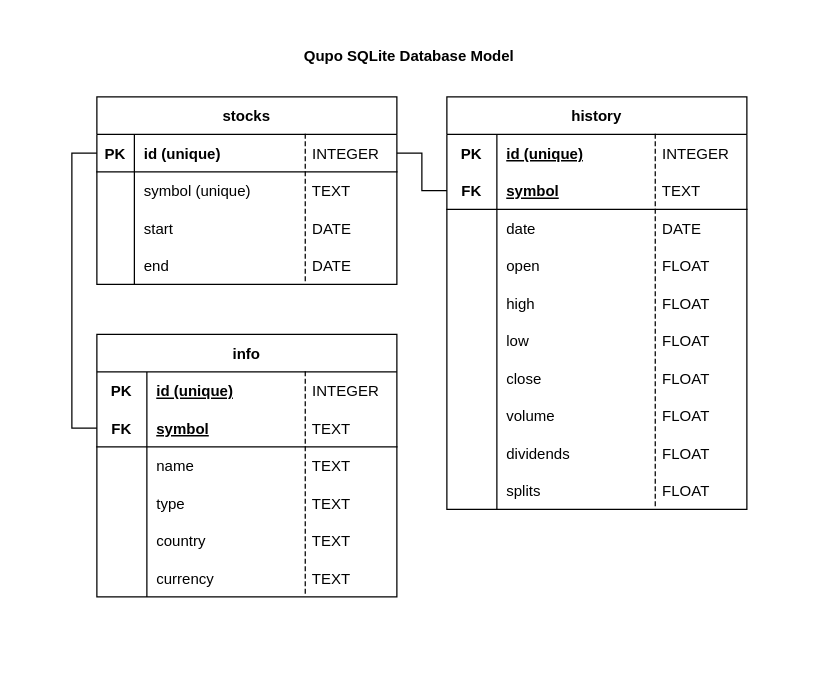
This is docs/db_model_structure.drawio from openkfw/qupo, a draw.io file, before an edit. Source tidied: cells renumbered, new cells numbered last; positions are measured from the earlier drawing's top-left corner, leaving out a move shared by most shapes. Both pictures are drawn from the tidied source at 125%, with x=0, y=0 at pixel (21, 21).
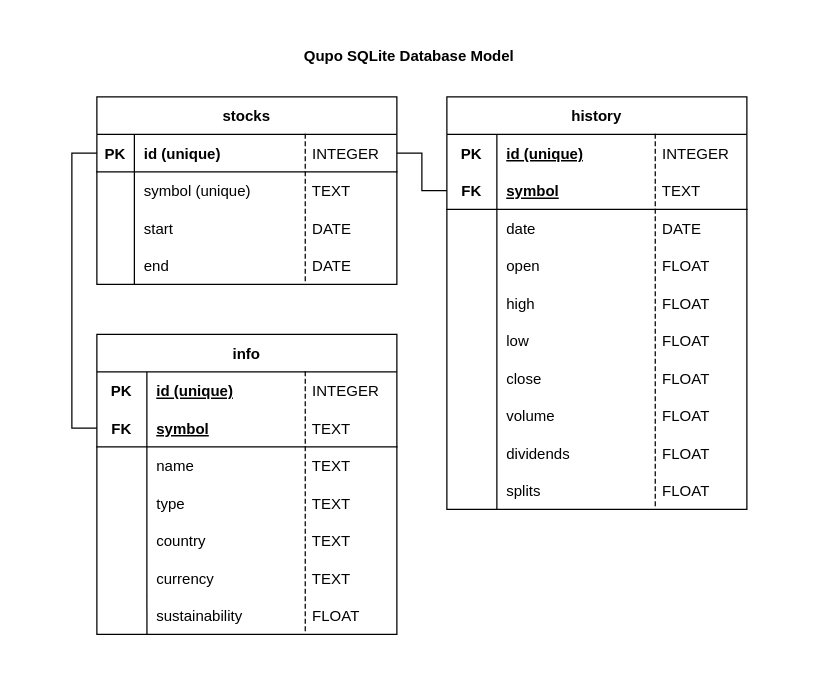
Above is the later version.

What changed in the source:
```diff
@@
     <mxCell id="2" value="&lt;br&gt;Qupo SQLite Database Model" style="rounded=0;whiteSpace=wrap;html=1;verticalAlign=top;fontStyle=1;strokeWidth=0;strokeColor=none;" parent="1" vertex="1">
-      <mxGeometry width="620" height="490" as="geometry" />
+      <mxGeometry width="620" height="510" as="geometry" />
     </mxCell>
     <mxCell id="3" style="group;" parent="1" vertex="1">
-      <mxGeometry x="60" y="250" width="240" height="210" as="geometry" />
+      <mxGeometry x="60" y="250" width="240" height="240" as="geometry" />
     </mxCell>
     <mxCell id="4" value="info" style="shape=table;startSize=30;childLayout=tableLayout;rowLines=0;fontStyle=1;align=center;" parent="3" vertex="1">
-      <mxGeometry width="240" height="210" as="geometry" />
+      <mxGeometry width="240" height="240" as="geometry" />
     </mxCell>
@@
+    <mxCell id="111" style="shape=tableRow;horizontal=0;startSize=0;swimlaneHead=0;swimlaneBody=0;fillColor=none;points=[[0,0.5],[1,0.5]];portConstraint=eastwest;top=0;left=0;right=0;bottom=0;" parent="1" vertex="1">
+      <mxGeometry x="60" y="460" width="240" height="30" as="geometry" />
+    </mxCell>
+    <mxCell id="112" style="shape=partialRectangle;fillColor=none;top=0;left=0;bottom=0;right=0;overflow=hidden;" parent="111" vertex="1">
+      <mxGeometry width="40" height="30" as="geometry" />
+    </mxCell>
+    <mxCell id="113" value="sustainability" style="shape=partialRectangle;fillColor=none;top=0;left=0;bottom=0;right=0;align=left;spacingLeft=6;overflow=hidden;" parent="111" vertex="1">
+      <mxGeometry x="40" width="200" height="30" as="geometry" />
+    </mxCell>
+    <mxCell id="114" value="  FLOAT" style="shape=partialRectangle;fillColor=none;align=left;verticalAlign=middle;strokeColor=none;spacingLeft=34;" parent="1" vertex="1">
+      <mxGeometry x="190" y="460" width="110" height="30" as="geometry" />
+    </mxCell>
+    <mxCell id="115" style="shape=partialRectangle;top=0;left=0;bottom=0;fillColor=none;stokeWidth=1;dashed=1;align=left;verticalAlign=middle;spacingLeft=4;spacingRight=4;overflow=hidden;" parent="114" vertex="1">
+      <mxGeometry width="36.7" height="30" as="geometry" />
+    </mxCell>
+    <mxCell id="116" style="endArrow=none;html=1;rounded=0;exitX=0.167;exitY=1.005;exitDx=0;exitDy=0;exitPerimeter=0;" parent="1" edge="1" source="111">
+      <mxGeometry relative="1" as="geometry">
+        <mxPoint x="100" y="460" as="targetPoint" />
+      </mxGeometry>
+    </mxCell>
```
